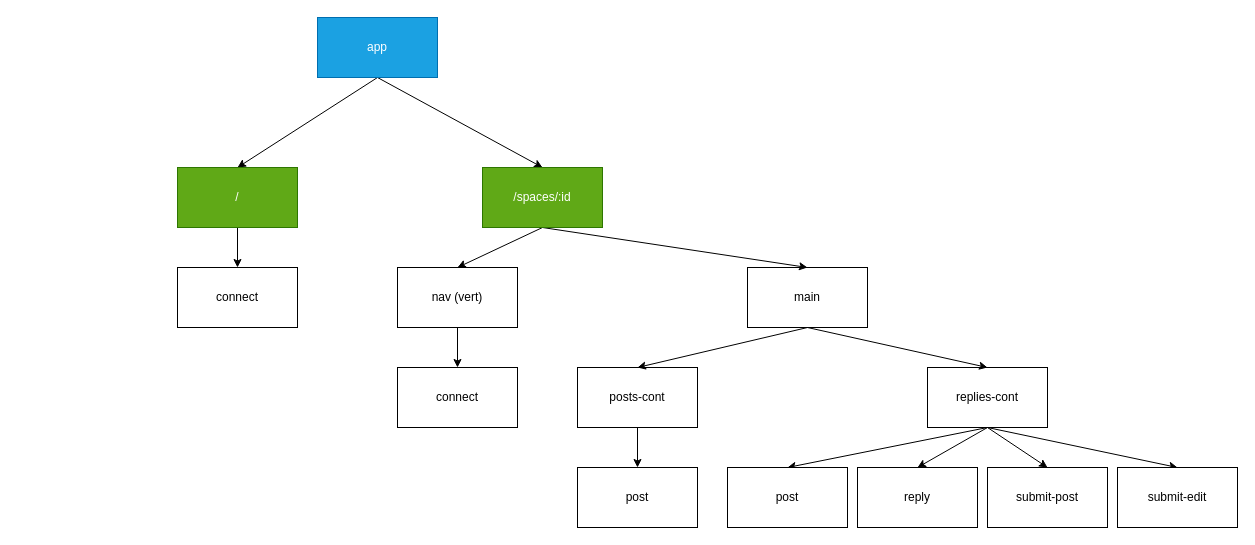
tywenk/spaces-frontend keeps this draw.io diagram as outline.drawio. Above is the earlier version. Source tidied: cells renumbered, new cells numbered last; positions are measured from the earlier drawing's top-left corner, leaving out a move shared by most shapes. Both pictures are drawn from the tidied source at 100%, with x=0, y=0 at pixel (177, 17).
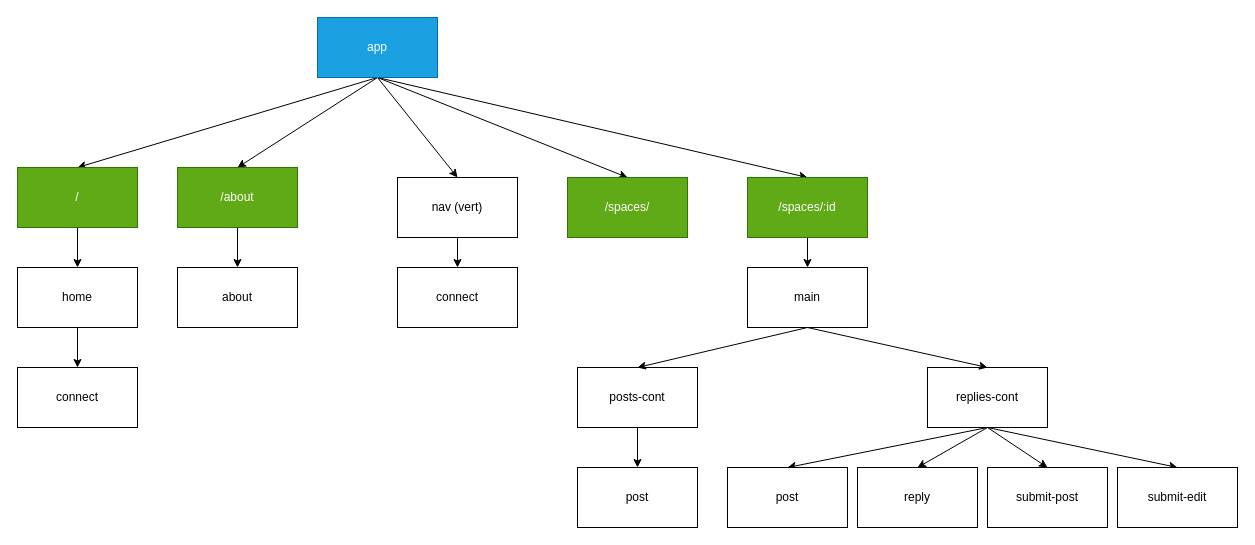
Above is the later version.

The change refers to these unchanged cells:
```xml
<mxCell id="4" value="app" style="rounded=0;whiteSpace=wrap;html=1;fillColor=#1ba1e2;fontColor=#ffffff;strokeColor=#006EAF;" parent="1" vertex="1">
  <mxGeometry x="140" width="120" height="60" as="geometry" />
</mxCell>
<mxCell id="16" value="main" style="rounded=0;whiteSpace=wrap;html=1;" parent="1" vertex="1">
  <mxGeometry x="570" y="250" width="120" height="60" as="geometry" />
</mxCell>
```

What changed in the source:
```diff
@@
+    <mxCell id="29" style="edgeStyle=none;html=1;exitX=0.5;exitY=1;exitDx=0;exitDy=0;entryX=0.5;entryY=0;entryDx=0;entryDy=0;" parent="1" edge="1" source="4" target="33">
+      <mxGeometry relative="1" as="geometry" />
+    </mxCell>
+    <mxCell id="30" style="edgeStyle=none;html=1;exitX=0.5;exitY=1;exitDx=0;exitDy=0;entryX=0.5;entryY=0;entryDx=0;entryDy=0;" parent="1" edge="1" source="4" target="35">
+      <mxGeometry relative="1" as="geometry" />
+    </mxCell>
+    <mxCell id="31" style="edgeStyle=none;html=1;exitX=0.5;exitY=1;exitDx=0;exitDy=0;entryX=0.5;entryY=0;entryDx=0;entryDy=0;" parent="1" edge="1" source="4" target="6">
+      <mxGeometry relative="1" as="geometry" />
+    </mxCell>
@@
     <mxCell id="6" value="nav (vert)" style="rounded=0;whiteSpace=wrap;html=1;" parent="1" vertex="1">
-      <mxGeometry x="220" y="250" width="120" height="60" as="geometry" />
+      <mxGeometry x="220" y="160" width="120" height="60" as="geometry" />
     </mxCell>
@@
-    <mxCell id="18" value="/" style="rounded=0;whiteSpace=wrap;html=1;fillColor=#60a917;fontColor=#ffffff;strokeColor=#2D7600;" parent="1" vertex="1">
+    <mxCell id="18" value="/about" style="rounded=0;whiteSpace=wrap;html=1;fillColor=#60a917;fontColor=#ffffff;strokeColor=#2D7600;" parent="1" vertex="1">
       <mxGeometry y="150" width="120" height="60" as="geometry" />
     </mxCell>
-    <mxCell id="19" style="edgeStyle=none;html=1;exitX=0.5;exitY=1;exitDx=0;exitDy=0;entryX=0.5;entryY=0;entryDx=0;entryDy=0;" parent="1" edge="1" source="21" target="6">
-      <mxGeometry relative="1" as="geometry" />
-    </mxCell>
-    <mxCell id="20" style="edgeStyle=none;html=1;exitX=0.5;exitY=1;exitDx=0;exitDy=0;entryX=0.5;entryY=0;entryDx=0;entryDy=0;" parent="1" edge="1" source="21" target="16">
-      <mxGeometry relative="1" as="geometry" />
-    </mxCell>
-    <mxCell id="21" value="/spaces/:id" style="rounded=0;whiteSpace=wrap;html=1;fillColor=#60a917;fontColor=#ffffff;strokeColor=#2D7600;" parent="1" vertex="1">
-      <mxGeometry x="305" y="150" width="120" height="60" as="geometry" />
+    <mxCell id="21" value="/spaces/" style="rounded=0;whiteSpace=wrap;html=1;fillColor=#60a917;fontColor=#ffffff;strokeColor=#2D7600;" parent="1" vertex="1">
+      <mxGeometry x="390" y="160" width="120" height="60" as="geometry" />
     </mxCell>
@@
-    <mxCell id="27" value="connect" style="rounded=0;whiteSpace=wrap;html=1;" parent="1" vertex="1">
+    <mxCell id="27" value="about" style="rounded=0;whiteSpace=wrap;html=1;" parent="1" vertex="1">
       <mxGeometry y="250" width="120" height="60" as="geometry" />
     </mxCell>
     <mxCell id="28" value="connect" style="rounded=0;whiteSpace=wrap;html=1;" parent="1" vertex="1">
-      <mxGeometry x="220" y="350" width="120" height="60" as="geometry" />
+      <mxGeometry x="220" y="250" width="120" height="60" as="geometry" />
     </mxCell>
+    <mxCell id="32" style="edgeStyle=none;html=1;exitX=0.5;exitY=1;exitDx=0;exitDy=0;entryX=0.5;entryY=0;entryDx=0;entryDy=0;" parent="1" edge="1" source="33" target="16">
+      <mxGeometry relative="1" as="geometry" />
+    </mxCell>
+    <mxCell id="33" value="/spaces/:id" style="rounded=0;whiteSpace=wrap;html=1;fillColor=#60a917;fontColor=#ffffff;strokeColor=#2D7600;" parent="1" vertex="1">
+      <mxGeometry x="570" y="160" width="120" height="60" as="geometry" />
+    </mxCell>
+    <mxCell id="34" style="edgeStyle=none;html=1;exitX=0.5;exitY=1;exitDx=0;exitDy=0;" parent="1" edge="1" source="35" target="37">
+      <mxGeometry relative="1" as="geometry" />
+    </mxCell>
+    <mxCell id="35" value="/" style="rounded=0;whiteSpace=wrap;html=1;fillColor=#60a917;fontColor=#ffffff;strokeColor=#2D7600;" parent="1" vertex="1">
+      <mxGeometry x="-160" y="150" width="120" height="60" as="geometry" />
+    </mxCell>
+    <mxCell id="36" style="edgeStyle=none;html=1;exitX=0.5;exitY=1;exitDx=0;exitDy=0;entryX=0.5;entryY=0;entryDx=0;entryDy=0;" parent="1" edge="1" source="37" target="38">
+      <mxGeometry relative="1" as="geometry" />
+    </mxCell>
+    <mxCell id="37" value="home" style="rounded=0;whiteSpace=wrap;html=1;" parent="1" vertex="1">
+      <mxGeometry x="-160" y="250" width="120" height="60" as="geometry" />
+    </mxCell>
+    <mxCell id="38" value="connect" style="rounded=0;whiteSpace=wrap;html=1;" parent="1" vertex="1">
+      <mxGeometry x="-160" y="350" width="120" height="60" as="geometry" />
+    </mxCell>
```
